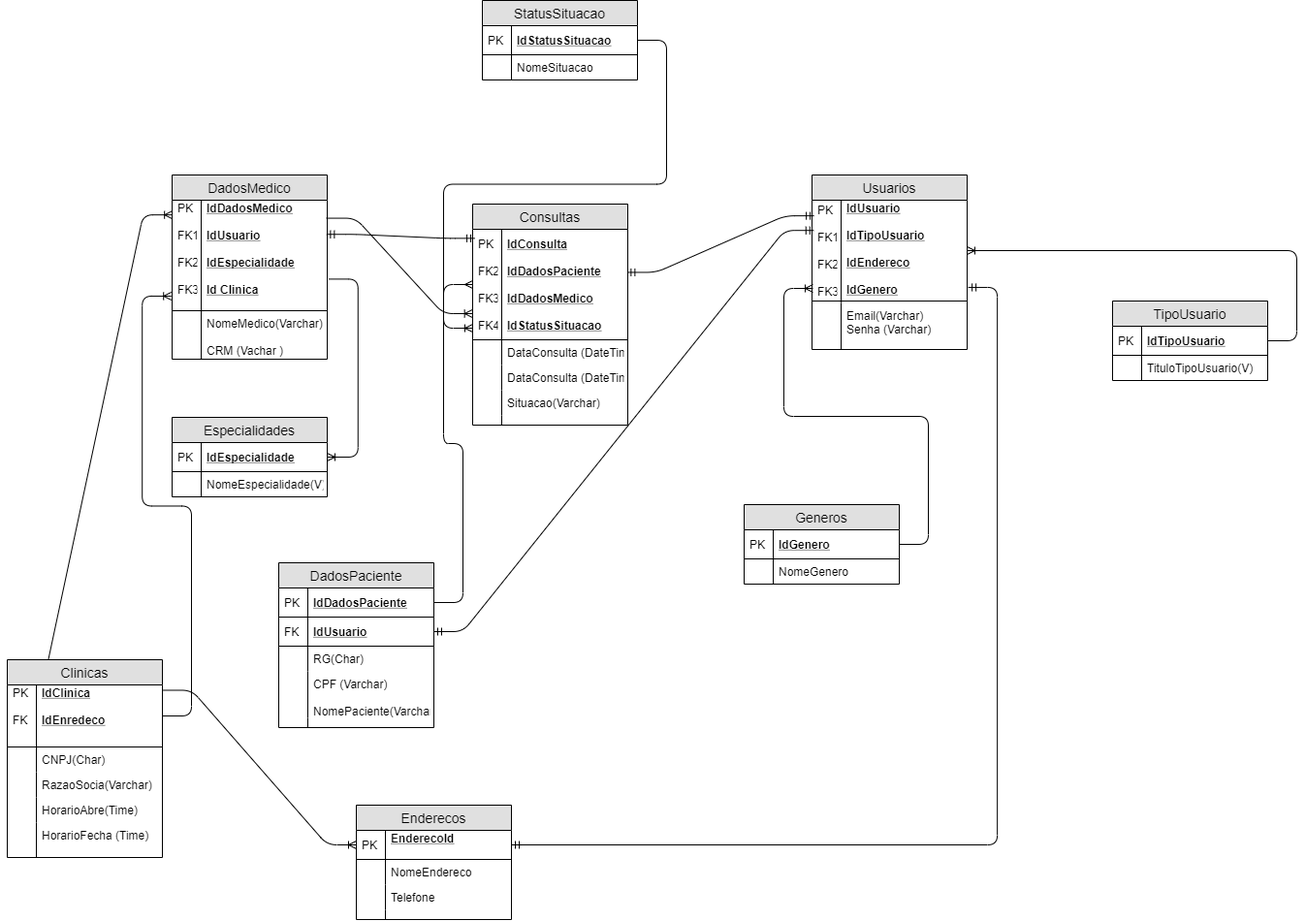
Before: senai_spmedgroup_sprint1_bd_manha_Bruno/Modelagens/ModeloLogico.png, a diagram exported from draw.io (Nakkat/MedGroup). Source tidied: cells renumbered, new cells last; positions are measured from the earlier drawing's top-left corner, leaving out a move shared by most shapes.
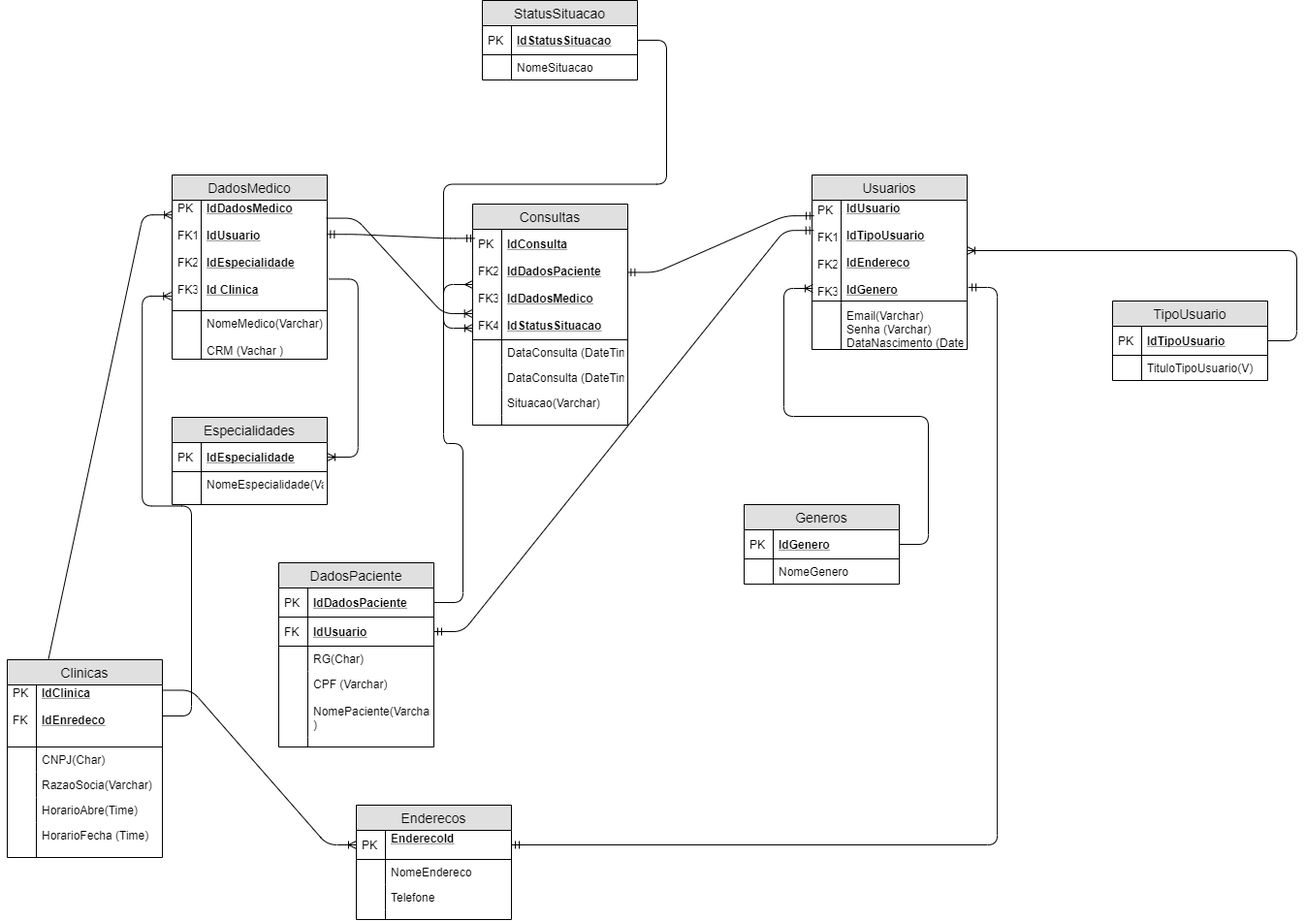
Above is the later version.

The edit, as a diff of the source:
```diff
@@ -17,7 +17,7 @@
     <mxCell id="6" style="shape=partialRectangle;top=0;left=0;bottom=0;fillColor=none;align=left;verticalAlign=top;spacingLeft=4;spacingRight=4;overflow=hidden;fontSize=12;" parent="5" vertex="1">
       <mxGeometry width="30" height="2" as="geometry" />
     </mxCell>
-    <mxCell id="7" value="Email(Varchar)&#10;Senha (Varchar)" style="shape=partialRectangle;top=0;left=0;right=0;bottom=0;align=left;verticalAlign=top;fillColor=none;spacingLeft=34;spacingRight=4;overflow=hidden;fontSize=12;" parent="2" vertex="1">
+    <mxCell id="7" value="Email(Varchar)&#10;Senha (Varchar)&#10;DataNascimento (Date" style="shape=partialRectangle;top=0;left=0;right=0;bottom=0;align=left;verticalAlign=top;fillColor=none;spacingLeft=34;spacingRight=4;overflow=hidden;fontSize=12;" parent="2" vertex="1">
       <mxGeometry y="132" width="160" height="48" as="geometry" />
     </mxCell>
     <mxCell id="8" style="shape=partialRectangle;top=0;left=0;bottom=0;fillColor=none;align=left;verticalAlign=top;spacingLeft=4;spacingRight=4;overflow=hidden;fontSize=12;" parent="7" vertex="1">
@@ -81,7 +81,7 @@
       <mxGeometry width="30" height="50" as="geometry" />
     </mxCell>
     <mxCell id="28" value="Especialidades" style="swimlane;fontStyle=0;horizontal=1;startSize=26;fillColor=#e0e0e0;swimlaneFillColor=#ffffff;align=center;fontSize=14;" parent="1" vertex="1">
-      <mxGeometry x="170" y="430" width="160" height="82" as="geometry" />
+      <mxGeometry x="170" y="430" width="160" height="90" as="geometry" />
     </mxCell>
     <mxCell id="29" value="IdEspecialidade" style="shape=partialRectangle;top=0;left=0;right=0;bottom=1;align=left;verticalAlign=middle;fillColor=none;spacingLeft=34;spacingRight=4;overflow=hidden;points=[[0,0.5],[1,0.5]];portConstraint=eastwest;fontStyle=5;fontSize=12;" parent="28" vertex="1">
       <mxGeometry y="26" width="160" height="30" as="geometry" />
@@ -89,11 +89,11 @@
     <mxCell id="30" value="PK" style="shape=partialRectangle;top=0;left=0;bottom=0;fillColor=none;align=left;verticalAlign=middle;spacingLeft=4;spacingRight=4;overflow=hidden;fontSize=12;" parent="29" vertex="1">
       <mxGeometry width="30" height="30" as="geometry" />
     </mxCell>
-    <mxCell id="31" value="NomeEspecialidade(V)" style="shape=partialRectangle;top=0;left=0;right=0;bottom=0;align=left;verticalAlign=top;fillColor=none;spacingLeft=34;spacingRight=4;overflow=hidden;fontSize=12;" parent="28" vertex="1">
-      <mxGeometry y="56" width="160" height="26" as="geometry" />
+    <mxCell id="31" value="NomeEspecialidade(Varchar)" style="shape=partialRectangle;top=0;left=0;right=0;bottom=0;align=left;verticalAlign=top;fillColor=none;spacingLeft=34;spacingRight=4;overflow=hidden;fontSize=12;" parent="28" vertex="1">
+      <mxGeometry y="56" width="160" height="34" as="geometry" />
     </mxCell>
     <mxCell id="32" style="shape=partialRectangle;top=0;left=0;bottom=0;fillColor=none;align=left;verticalAlign=top;spacingLeft=4;spacingRight=4;overflow=hidden;fontSize=12;" parent="31" vertex="1">
-      <mxGeometry width="30" height="26" as="geometry" />
+      <mxGeometry width="30" height="34" as="geometry" />
     </mxCell>
     <mxCell id="33" style="edgeStyle=entityRelationEdgeStyle;fontSize=12;html=1;endArrow=ERmandOne;startArrow=ERmandOne;exitX=1.007;exitY=0.865;exitDx=0;exitDy=0;exitPerimeter=0;" parent="1" edge="1" source="3" target="10">
       <mxGeometry relative="1" as="geometry" />
@@ -147,7 +147,7 @@
       <mxGeometry relative="1" as="geometry" />
     </mxCell>
     <mxCell id="50" value="DadosPaciente" style="swimlane;fontStyle=0;horizontal=1;startSize=26;fillColor=#e0e0e0;swimlaneFillColor=#ffffff;align=center;fontSize=14;" parent="1" vertex="1">
-      <mxGeometry x="280" y="580" width="160" height="170" as="geometry" />
+      <mxGeometry x="280" y="580" width="160" height="190" as="geometry" />
     </mxCell>
     <mxCell id="51" value="IdDadosPaciente" style="shape=partialRectangle;top=0;left=0;right=0;bottom=1;align=left;verticalAlign=middle;fillColor=none;spacingLeft=34;spacingRight=4;overflow=hidden;points=[[0,0.5],[1,0.5]];portConstraint=eastwest;fontStyle=5;fontSize=12;" parent="50" vertex="1">
       <mxGeometry y="26" width="160" height="30" as="geometry" />
@@ -167,14 +167,14 @@
     <mxCell id="56" style="shape=partialRectangle;top=0;left=0;bottom=0;fillColor=none;align=left;verticalAlign=top;spacingLeft=4;spacingRight=4;overflow=hidden;fontSize=12;" parent="55" vertex="1">
       <mxGeometry width="30" height="26" as="geometry" />
     </mxCell>
-    <mxCell id="57" value="CPF (Varchar)&#10;&#10;NomePaciente(Varchar)" style="shape=partialRectangle;top=0;left=0;right=0;bottom=0;align=left;verticalAlign=top;fillColor=none;spacingLeft=34;spacingRight=4;overflow=hidden;fontSize=12;" parent="50" vertex="1">
-      <mxGeometry y="112" width="160" height="48" as="geometry" />
+    <mxCell id="57" value="CPF (Varchar)&#10;&#10;NomePaciente(Varchar&#10;)&#10;&#10;" style="shape=partialRectangle;top=0;left=0;right=0;bottom=0;align=left;verticalAlign=top;fillColor=none;spacingLeft=34;spacingRight=4;overflow=hidden;fontSize=12;" parent="50" vertex="1">
+      <mxGeometry y="112" width="160" height="68" as="geometry" />
     </mxCell>
     <mxCell id="58" style="shape=partialRectangle;top=0;left=0;bottom=0;fillColor=none;align=left;verticalAlign=top;spacingLeft=4;spacingRight=4;overflow=hidden;fontSize=12;" parent="57" vertex="1">
-      <mxGeometry width="30" height="48" as="geometry" />
+      <mxGeometry width="30" height="68" as="geometry" />
     </mxCell>
     <mxCell id="59" style="shape=partialRectangle;top=0;left=0;right=0;bottom=0;align=left;verticalAlign=top;fillColor=none;spacingLeft=34;spacingRight=4;overflow=hidden;fontSize=12;" parent="50" vertex="1">
-      <mxGeometry y="160" width="160" height="10" as="geometry" />
+      <mxGeometry y="180" width="160" height="10" as="geometry" />
     </mxCell>
     <mxCell id="60" style="shape=partialRectangle;top=0;left=0;bottom=0;fillColor=none;align=left;verticalAlign=top;spacingLeft=4;spacingRight=4;overflow=hidden;fontSize=12;" parent="59" vertex="1">
       <mxGeometry width="30" height="10" as="geometry" />
```
